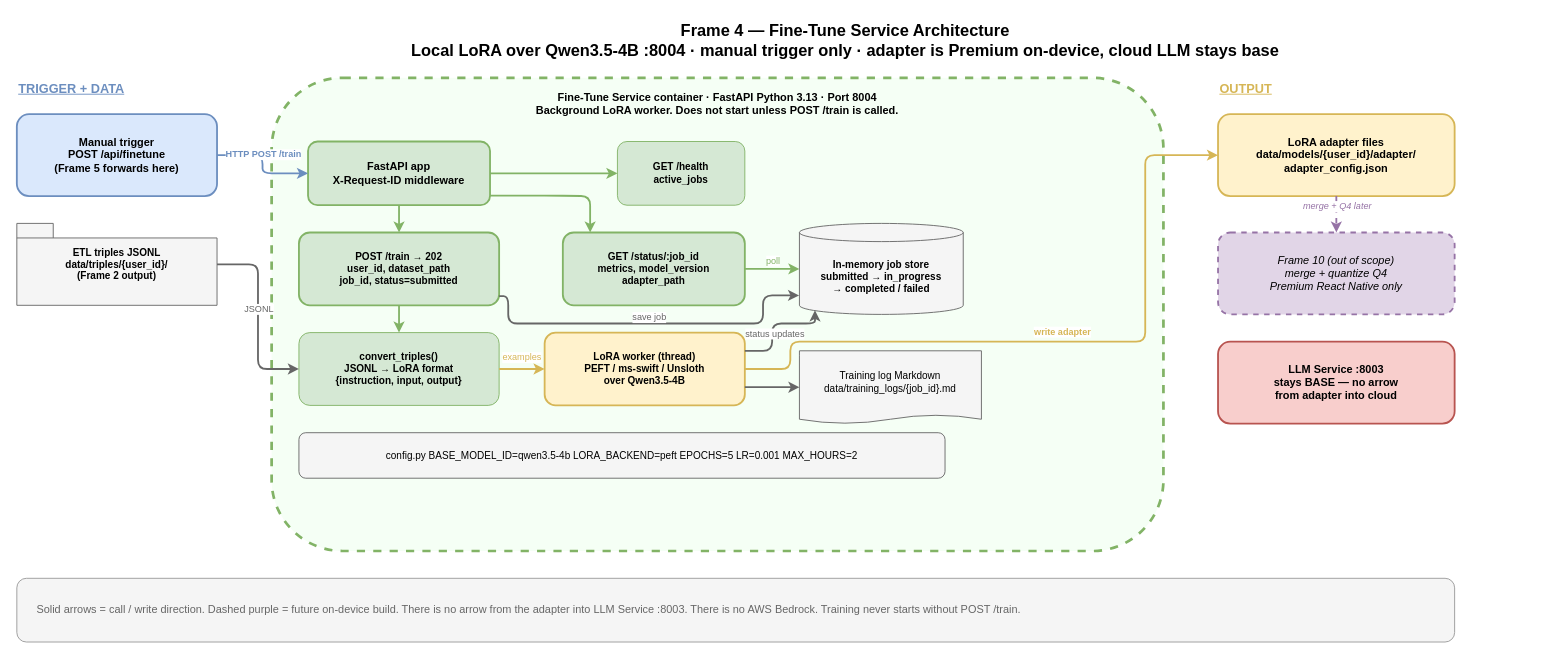
Above: openspec/changes/objective-4-llm-inference-finetuning/output/finetune/diagrams/finetune-architecture.drawio in da-ros/llm-brain (draw.io), before the change. Source tidied: cells renumbered, new cells numbered last; positions are measured from the earlier drawing's top-left corner, leaving out a move shared by most shapes. Both pictures are drawn from the tidied source at 91%, with x=0, y=0 at pixel (16, 15).
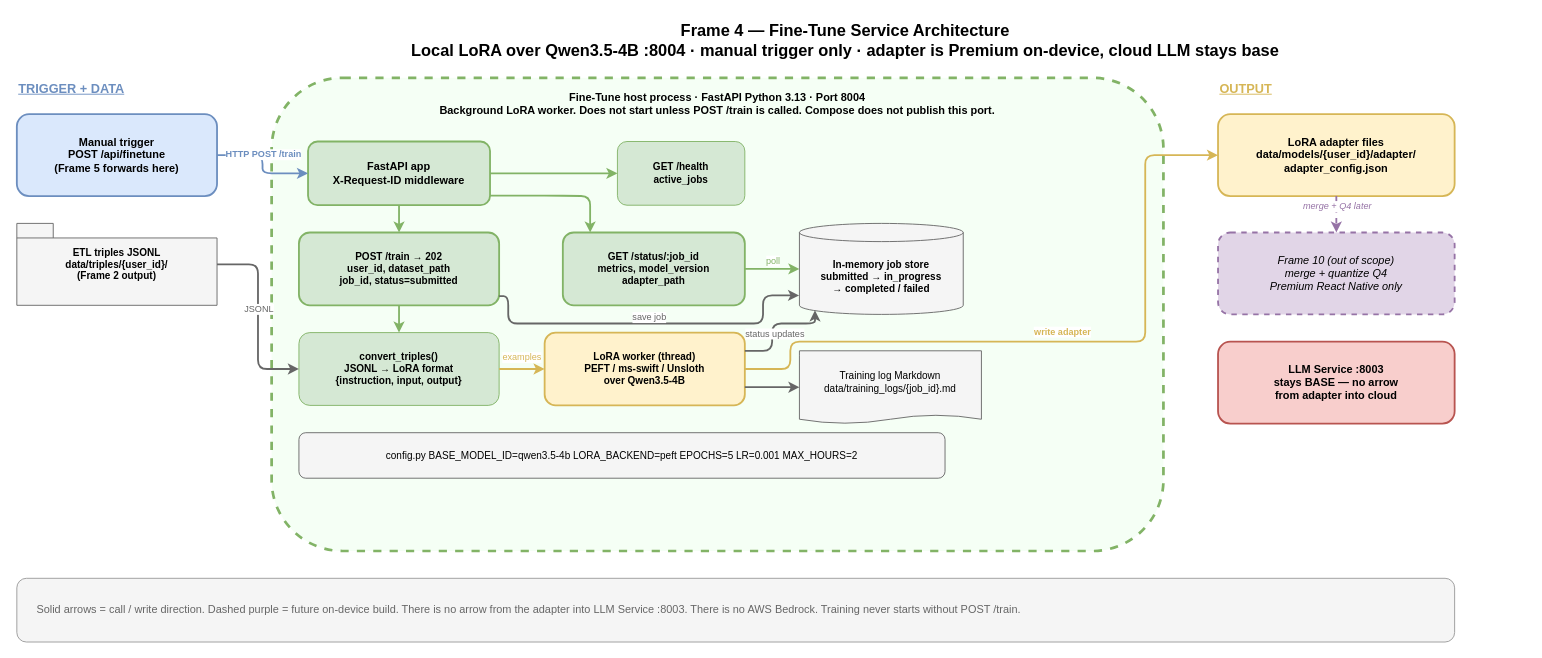
The same diagram, later.

What changed in the source:
```diff
@@
-    <mxCell id="6" value="Fine-Tune Service container · FastAPI Python 3.13 · Port 8004&#10;Background LoRA worker. Does not start unless POST /train is called." style="rounded=1;whiteSpace=wrap;html=1;fillColor=#f5fff5;strokeColor=#82b366;strokeWidth=3;dashed=1;verticalAlign=top;fontStyle=1;fontSize=12;spacingTop=8;" parent="1" vertex="1">
+    <mxCell id="6" value="Fine-Tune host process · FastAPI Python 3.13 · Port 8004&#10;Background LoRA worker. Does not start unless POST /train is called. Compose does not publish this port." style="rounded=1;whiteSpace=wrap;html=1;fillColor=#f5fff5;strokeColor=#82b366;strokeWidth=3;dashed=1;verticalAlign=top;fontStyle=1;fontSize=12;spacingTop=8;" parent="1" vertex="1">
       <mxGeometry x="280" y="68" width="980" height="520" as="geometry" />
     </mxCell>
```
